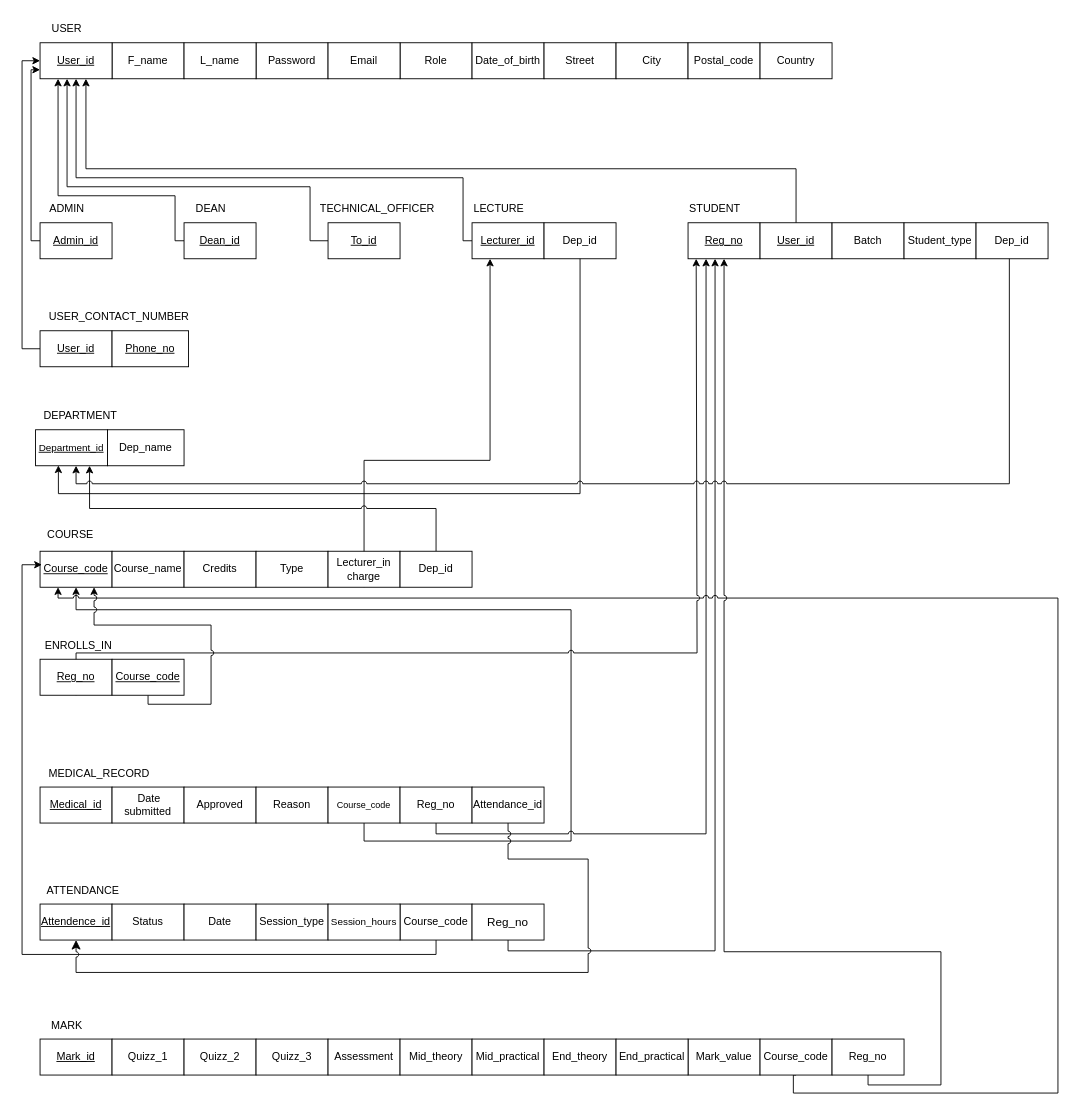
This is page "Page-2" (1 of 2) of Updated EER and Mapping/EER and Mapping.drawio from dilusharadeeshan/Student-Management-System, a draw.io file, before an edit. Source tidied: cells renumbered, new cells numbered last; positions are measured from the earlier drawing's top-left corner, leaving out a move shared by most shapes. Both pictures are drawn from the tidied source at 90%, with x=0, y=0 at pixel (22, 15).
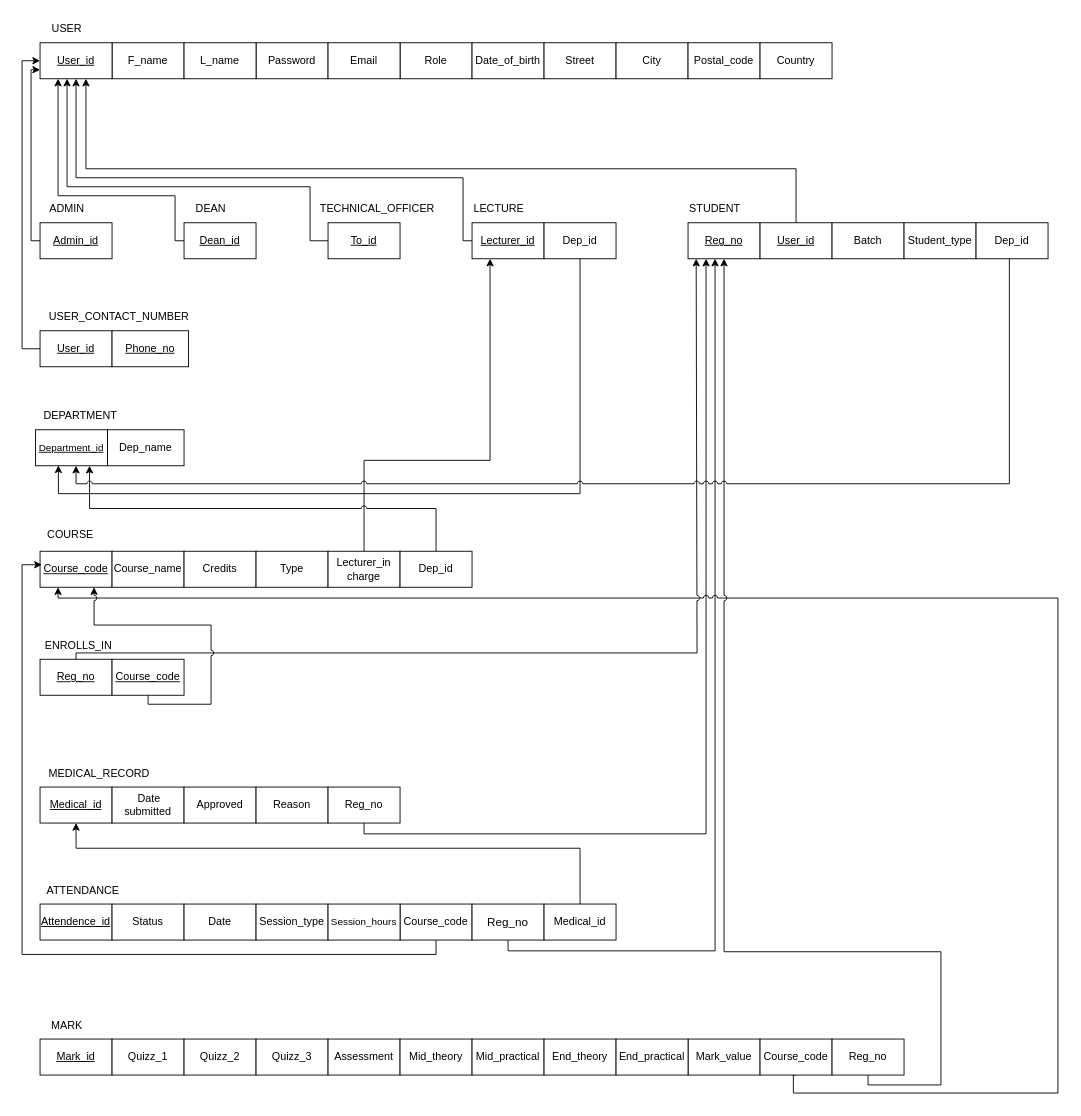
After the change.

Unchanged cells that the change refers to:
```xml
<mxCell id="26" value="&lt;u&gt;Reg_no&lt;/u&gt;" style="rounded=0;whiteSpace=wrap;html=1;" parent="1" vertex="1">
  <mxGeometry x="740" y="230" width="80" height="40" as="geometry" />
</mxCell>
<mxCell id="36" value="&lt;u&gt;Course_code&lt;/u&gt;" style="rounded=0;whiteSpace=wrap;html=1;" parent="1" vertex="1">
  <mxGeometry x="20" y="595" width="80" height="40" as="geometry" />
</mxCell>
<mxCell id="43" value="&lt;u&gt;Medical_id&lt;/u&gt;" style="rounded=0;whiteSpace=wrap;html=1;" parent="1" vertex="1">
  <mxGeometry x="20" y="857" width="80" height="40" as="geometry" />
</mxCell>
<mxCell id="52" value="&lt;u&gt;Attendence_id&lt;/u&gt;" style="rounded=0;whiteSpace=wrap;html=1;" parent="1" vertex="1">
  <mxGeometry x="20" y="987" width="80" height="40" as="geometry" />
</mxCell>
```

Diff of the diagram source:
```diff
@@
-    <mxCell id="47" style="edgeStyle=orthogonalEdgeStyle;rounded=0;jettySize=auto;html=1;exitX=0.5;exitY=1;exitDx=0;exitDy=0;entryX=0.5;entryY=1;entryDx=0;entryDy=0;jumpStyle=arc;" parent="1" edge="1" source="48" target="36">
-      <mxGeometry relative="1" as="geometry">
-        <Array as="points">
-          <mxPoint x="380" y="917" />
-          <mxPoint x="610" y="917" />
-          <mxPoint x="610" y="660" />
-          <mxPoint x="60" y="660" />
-        </Array>
-      </mxGeometry>
-    </mxCell>
-    <mxCell id="48" value="&lt;font size=&quot;1&quot;&gt;Course_code&lt;/font&gt;" style="rounded=0;whiteSpace=wrap;html=1;" parent="1" vertex="1">
-      <mxGeometry x="340" y="857" width="80" height="40" as="geometry" />
-    </mxCell>
     <mxCell id="49" style="edgeStyle=orthogonalEdgeStyle;rounded=0;jettySize=auto;html=1;exitX=0.5;exitY=1;exitDx=0;exitDy=0;entryX=0.25;entryY=1;entryDx=0;entryDy=0;jumpStyle=arc;" parent="1" edge="1" source="50" target="26">
       <mxGeometry relative="1" as="geometry">
         <Array as="points">
-          <mxPoint x="460" y="909" />
+          <mxPoint x="380" y="909" />
           <mxPoint x="760" y="909" />
         </Array>
       </mxGeometry>
     </mxCell>
     <mxCell id="50" value="Reg_no" style="rounded=0;whiteSpace=wrap;html=1;" parent="1" vertex="1">
-      <mxGeometry x="420" y="857" width="80" height="40" as="geometry" />
+      <mxGeometry x="340" y="857" width="80" height="40" as="geometry" />
     </mxCell>
@@
-    <mxCell id="75" style="edgeStyle=orthogonalEdgeStyle;rounded=0;jettySize=auto;html=1;exitX=0.5;exitY=1;exitDx=0;exitDy=0;entryX=0.5;entryY=1;entryDx=0;entryDy=0;fontSize=12;startSize=8;endSize=8;jumpStyle=arc;" parent="1" edge="1" source="76" target="52">
-      <mxGeometry relative="1" as="geometry">
-        <Array as="points">
-          <mxPoint x="540" y="937" />
-          <mxPoint x="629" y="937" />
-          <mxPoint x="629" y="1063" />
-          <mxPoint x="60" y="1063" />
-        </Array>
-      </mxGeometry>
-    </mxCell>
-    <mxCell id="76" value="Attendance_id" style="rounded=0;whiteSpace=wrap;html=1;" parent="1" vertex="1">
-      <mxGeometry x="500" y="857" width="80" height="40" as="geometry" />
-    </mxCell>
@@
+    <mxCell id="93" style="edgeStyle=orthogonalEdgeStyle;rounded=0;jettySize=auto;html=1;exitX=0.5;exitY=0;exitDx=0;exitDy=0;entryX=0.5;entryY=1;entryDx=0;entryDy=0;" parent="1" edge="1" source="94" target="43">
+      <mxGeometry relative="1" as="geometry">
+        <Array as="points">
+          <mxPoint x="620" y="925" />
+          <mxPoint x="60" y="925" />
+        </Array>
+      </mxGeometry>
+    </mxCell>
+    <mxCell id="94" value="Medical_id" style="rounded=0;whiteSpace=wrap;html=1;" parent="1" vertex="1">
+      <mxGeometry x="580" y="987" width="80" height="40" as="geometry" />
+    </mxCell>
```
